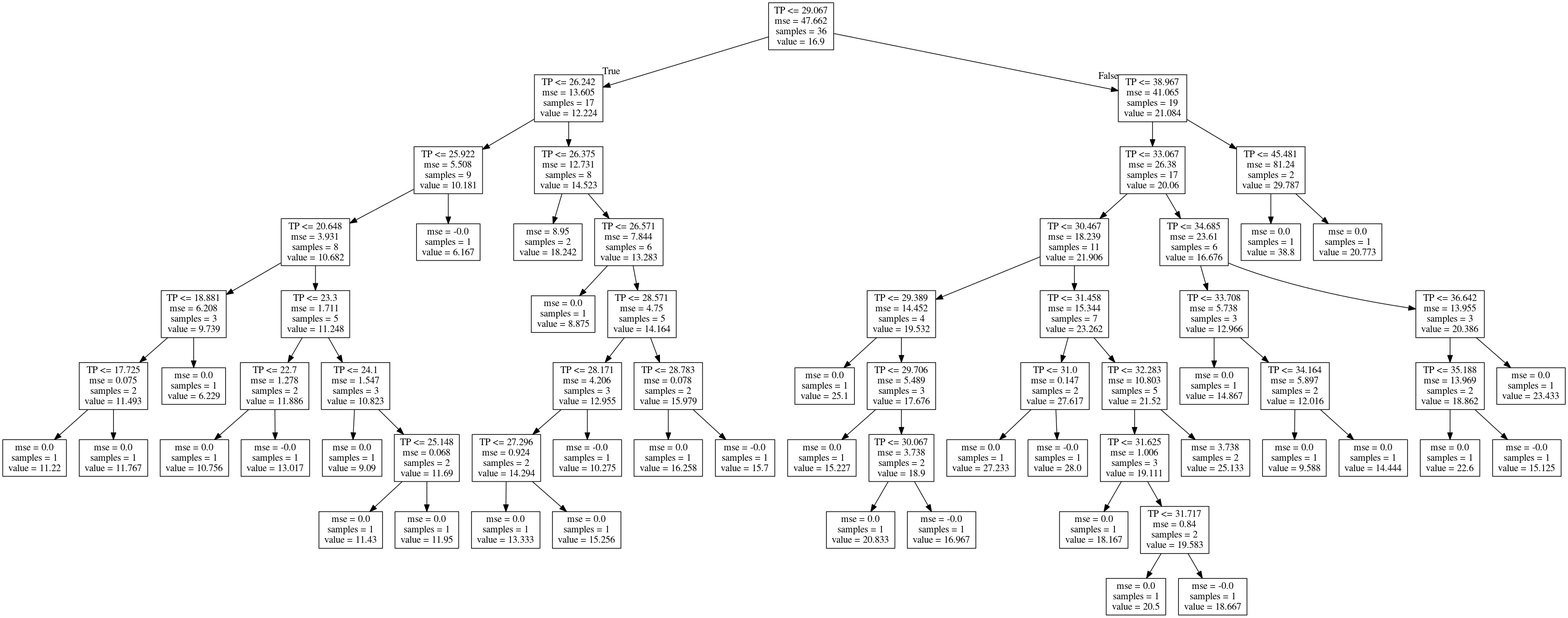
The Graphviz diagram Norway_Morsa/Model_Development/Figures/Discretization_regTrees/aut_chla-TP.png in icra/WATExR, before a commit. Its source is kept beside it as Norway_Morsa/Model_Development/Figures/Discretization_regTrees/aut_chla-TP.dot.
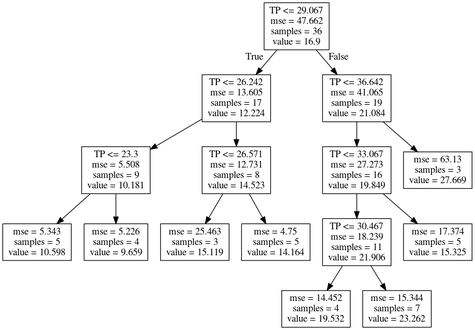
The same file after the commit.

Change to the diagram source:
```diff
@@ -3,134 +3,30 @@
 0 [label="TP <= 29.067\nmse = 47.662\nsamples = 36\nvalue = 16.9"] ;
 1 [label="TP <= 26.242\nmse = 13.605\nsamples = 17\nvalue = 12.224"] ;
 0 -> 1 [labeldistance=2.5, labelangle=45, headlabel="True"] ;
-2 [label="TP <= 25.922\nmse = 5.508\nsamples = 9\nvalue = 10.181"] ;
-1 -> 2 ;
-3 [label="TP <= 20.648\nmse = 3.931\nsamples = 8\nvalue = 10.682"] ;
+7 [label="TP <= 23.3\nmse = 5.508\nsamples = 9\nvalue = 10.181"] ;
+1 -> 7 ;
+11 [label="mse = 5.343\nsamples = 5\nvalue = 10.598"] ;
+7 -> 11 ;
+12 [label="mse = 5.226\nsamples = 4\nvalue = 9.659"] ;
+7 -> 12 ;
+8 [label="TP <= 26.571\nmse = 12.731\nsamples = 8\nvalue = 14.523"] ;
+1 -> 8 ;
+13 [label="mse = 25.463\nsamples = 3\nvalue = 15.119"] ;
+8 -> 13 ;
+14 [label="mse = 4.75\nsamples = 5\nvalue = 14.164"] ;
+8 -> 14 ;
+2 [label="TP <= 36.642\nmse = 41.065\nsamples = 19\nvalue = 21.084"] ;
+0 -> 2 [labeldistance=2.5, labelangle=-45, headlabel="False"] ;
+3 [label="TP <= 33.067\nmse = 27.273\nsamples = 16\nvalue = 19.849"] ;
 2 -> 3 ;
-4 [label="TP <= 18.881\nmse = 6.208\nsamples = 3\nvalue = 9.739"] ;
-3 -> 4 ;
-5 [label="TP <= 17.725\nmse = 0.075\nsamples = 2\nvalue = 11.493"] ;
-4 -> 5 ;
-6 [label="mse = 0.0\nsamples = 1\nvalue = 11.22"] ;
-5 -> 6 ;
-7 [label="mse = 0.0\nsamples = 1\nvalue = 11.767"] ;
-5 -> 7 ;
-8 [label="mse = 0.0\nsamples = 1\nvalue = 6.229"] ;
-4 -> 8 ;
-9 [label="TP <= 23.3\nmse = 1.711\nsamples = 5\nvalue = 11.248"] ;
-3 -> 9 ;
-10 [label="TP <= 22.7\nmse = 1.278\nsamples = 2\nvalue = 11.886"] ;
-9 -> 10 ;
-11 [label="mse = 0.0\nsamples = 1\nvalue = 10.756"] ;
-10 -> 11 ;
-12 [label="mse = -0.0\nsamples = 1\nvalue = 13.017"] ;
-10 -> 12 ;
-13 [label="TP <= 24.1\nmse = 1.547\nsamples = 3\nvalue = 10.823"] ;
-9 -> 13 ;
-14 [label="mse = 0.0\nsamples = 1\nvalue = 9.09"] ;
-13 -> 14 ;
-15 [label="TP <= 25.148\nmse = 0.068\nsamples = 2\nvalue = 11.69"] ;
-13 -> 15 ;
-16 [label="mse = 0.0\nsamples = 1\nvalue = 11.43"] ;
-15 -> 16 ;
-17 [label="mse = 0.0\nsamples = 1\nvalue = 11.95"] ;
-15 -> 17 ;
-18 [label="mse = -0.0\nsamples = 1\nvalue = 6.167"] ;
-2 -> 18 ;
-19 [label="TP <= 26.375\nmse = 12.731\nsamples = 8\nvalue = 14.523"] ;
-1 -> 19 ;
-20 [label="mse = 8.95\nsamples = 2\nvalue = 18.242"] ;
-19 -> 20 ;
-21 [label="TP <= 26.571\nmse = 7.844\nsamples = 6\nvalue = 13.283"] ;
-19 -> 21 ;
-22 [label="mse = 0.0\nsamples = 1\nvalue = 8.875"] ;
-21 -> 22 ;
-23 [label="TP <= 28.571\nmse = 4.75\nsamples = 5\nvalue = 14.164"] ;
-21 -> 23 ;
-24 [label="TP <= 28.171\nmse = 4.206\nsamples = 3\nvalue = 12.955"] ;
-23 -> 24 ;
-25 [label="TP <= 27.296\nmse = 0.924\nsamples = 2\nvalue = 14.294"] ;
-24 -> 25 ;
-26 [label="mse = 0.0\nsamples = 1\nvalue = 13.333"] ;
-25 -> 26 ;
-27 [label="mse = 0.0\nsamples = 1\nvalue = 15.256"] ;
-25 -> 27 ;
-28 [label="mse = -0.0\nsamples = 1\nvalue = 10.275"] ;
-24 -> 28 ;
-29 [label="TP <= 28.783\nmse = 0.078\nsamples = 2\nvalue = 15.979"] ;
-23 -> 29 ;
-30 [label="mse = 0.0\nsamples = 1\nvalue = 16.258"] ;
-29 -> 30 ;
-31 [label="mse = -0.0\nsamples = 1\nvalue = 15.7"] ;
-29 -> 31 ;
-32 [label="TP <= 38.967\nmse = 41.065\nsamples = 19\nvalue = 21.084"] ;
-0 -> 32 [labeldistance=2.5, labelangle=-45, headlabel="False"] ;
-33 [label="TP <= 33.067\nmse = 26.38\nsamples = 17\nvalue = 20.06"] ;
-32 -> 33 ;
-34 [label="TP <= 30.467\nmse = 18.239\nsamples = 11\nvalue = 21.906"] ;
-33 -> 34 ;
-35 [label="TP <= 29.389\nmse = 14.452\nsamples = 4\nvalue = 19.532"] ;
-34 -> 35 ;
-36 [label="mse = 0.0\nsamples = 1\nvalue = 25.1"] ;
-35 -> 36 ;
-37 [label="TP <= 29.706\nmse = 5.489\nsamples = 3\nvalue = 17.676"] ;
-35 -> 37 ;
-38 [label="mse = 0.0\nsamples = 1\nvalue = 15.227"] ;
-37 -> 38 ;
-39 [label="TP <= 30.067\nmse = 3.738\nsamples = 2\nvalue = 18.9"] ;
-37 -> 39 ;
-40 [label="mse = 0.0\nsamples = 1\nvalue = 20.833"] ;
-39 -> 40 ;
-41 [label="mse = -0.0\nsamples = 1\nvalue = 16.967"] ;
-39 -> 41 ;
-42 [label="TP <= 31.458\nmse = 15.344\nsamples = 7\nvalue = 23.262"] ;
-34 -> 42 ;
-43 [label="TP <= 31.0\nmse = 0.147\nsamples = 2\nvalue = 27.617"] ;
-42 -> 43 ;
-44 [label="mse = 0.0\nsamples = 1\nvalue = 27.233"] ;
-43 -> 44 ;
-45 [label="mse = -0.0\nsamples = 1\nvalue = 28.0"] ;
-43 -> 45 ;
-46 [label="TP <= 32.283\nmse = 10.803\nsamples = 5\nvalue = 21.52"] ;
-42 -> 46 ;
-47 [label="TP <= 31.625\nmse = 1.006\nsamples = 3\nvalue = 19.111"] ;
-46 -> 47 ;
-48 [label="mse = 0.0\nsamples = 1\nvalue = 18.167"] ;
-47 -> 48 ;
-49 [label="TP <= 31.717\nmse = 0.84\nsamples = 2\nvalue = 19.583"] ;
-47 -> 49 ;
-50 [label="mse = 0.0\nsamples = 1\nvalue = 20.5"] ;
-49 -> 50 ;
-51 [label="mse = -0.0\nsamples = 1\nvalue = 18.667"] ;
-49 -> 51 ;
-52 [label="mse = 3.738\nsamples = 2\nvalue = 25.133"] ;
-46 -> 52 ;
-53 [label="TP <= 34.685\nmse = 23.61\nsamples = 6\nvalue = 16.676"] ;
-33 -> 53 ;
-54 [label="TP <= 33.708\nmse = 5.738\nsamples = 3\nvalue = 12.966"] ;
-53 -> 54 ;
-55 [label="mse = 0.0\nsamples = 1\nvalue = 14.867"] ;
-54 -> 55 ;
-56 [label="TP <= 34.164\nmse = 5.897\nsamples = 2\nvalue = 12.016"] ;
-54 -> 56 ;
-57 [label="mse = 0.0\nsamples = 1\nvalue = 9.588"] ;
-56 -> 57 ;
-58 [label="mse = 0.0\nsamples = 1\nvalue = 14.444"] ;
-56 -> 58 ;
-59 [label="TP <= 36.642\nmse = 13.955\nsamples = 3\nvalue = 20.386"] ;
-53 -> 59 ;
-60 [label="TP <= 35.188\nmse = 13.969\nsamples = 2\nvalue = 18.862"] ;
-59 -> 60 ;
-61 [label="mse = 0.0\nsamples = 1\nvalue = 22.6"] ;
-60 -> 61 ;
-62 [label="mse = -0.0\nsamples = 1\nvalue = 15.125"] ;
-60 -> 62 ;
-63 [label="mse = 0.0\nsamples = 1\nvalue = 23.433"] ;
-59 -> 63 ;
-64 [label="TP <= 45.481\nmse = 81.24\nsamples = 2\nvalue = 29.787"] ;
-32 -> 64 ;
-65 [label="mse = 0.0\nsamples = 1\nvalue = 38.8"] ;
-64 -> 65 ;
-66 [label="mse = 0.0\nsamples = 1\nvalue = 20.773"] ;
-64 -> 66 ;
+5 [label="TP <= 30.467\nmse = 18.239\nsamples = 11\nvalue = 21.906"] ;
+3 -> 5 ;
+9 [label="mse = 14.452\nsamples = 4\nvalue = 19.532"] ;
+5 -> 9 ;
+10 [label="mse = 15.344\nsamples = 7\nvalue = 23.262"] ;
+5 -> 10 ;
+6 [label="mse = 17.374\nsamples = 5\nvalue = 15.325"] ;
+3 -> 6 ;
+4 [label="mse = 63.13\nsamples = 3\nvalue = 27.669"] ;
+2 -> 4 ;
 }
```
